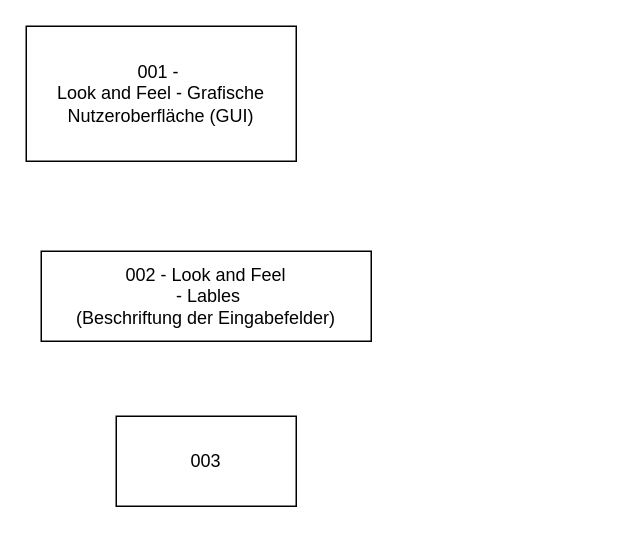
Before: Unbenanntes Diagramm.drawio in 20SEBastian03/PraktikumSoftwaretechnik2024_25, a draw.io diagram. Source tidied: cells renumbered, new cells numbered last; positions are measured from the earlier drawing's top-left corner, leaving out a move shared by most shapes. Both pictures are drawn from the tidied source at 150%, with x=0, y=0 at pixel (26, 26).
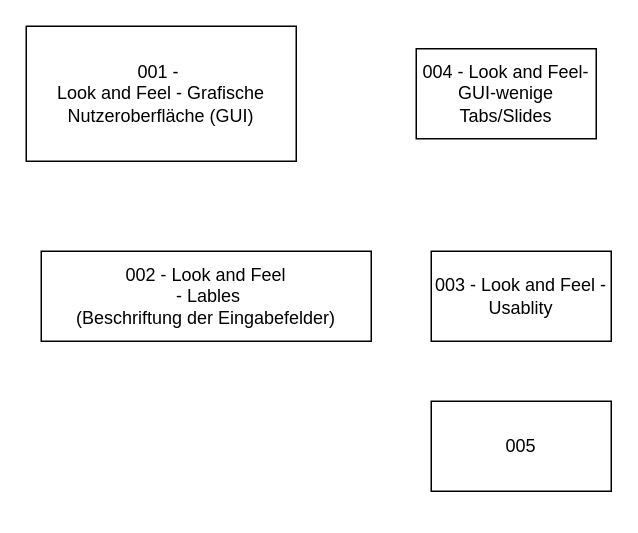
After the change.

What changed in the source:
```diff
@@
 <mxGraphModel>
   <root>
     <mxCell id="0" />
     <mxCell id="1" parent="0" />
     <mxCell id="2" value="001 -&amp;nbsp;&lt;div&gt;&lt;span style=&quot;background-color: initial;&quot;&gt;Look and Feel - Grafische Nutzeroberfläche (GUI)&lt;/span&gt;&lt;/div&gt;" style="rounded=0;whiteSpace=wrap;html=1;" parent="1" vertex="1">
       <mxGeometry width="180" height="90" as="geometry" />
     </mxCell>
     <mxCell id="3" value="002 - Look and Feel&lt;div&gt;&amp;nbsp;- Lables&lt;div&gt;(Beschriftung der Eingabefelder)&lt;/div&gt;&lt;/div&gt;" style="rounded=0;whiteSpace=wrap;html=1;" parent="1" vertex="1">
       <mxGeometry x="10" y="150" width="220" height="60" as="geometry" />
     </mxCell>
+    <mxCell id="5" value="004 - Look and Feel-GUI-wenige Tabs/Slides" style="rounded=0;whiteSpace=wrap;html=1;" parent="1" vertex="1">
+      <mxGeometry x="260" y="15" width="120" height="60" as="geometry" />
+    </mxCell>
-    <mxCell id="4" value="003" style="rounded=0;whiteSpace=wrap;html=1;" parent="1" vertex="1">
-      <mxGeometry x="60" y="260" width="120" height="60" as="geometry" />
+    <mxCell id="4" value="003 -&amp;nbsp;Look and Feel - Usablity" style="rounded=0;whiteSpace=wrap;html=1;" parent="1" vertex="1">
+      <mxGeometry x="270" y="150" width="120" height="60" as="geometry" />
     </mxCell>
+    <mxCell id="6" value="005" style="rounded=0;whiteSpace=wrap;html=1;" parent="1" vertex="1">
+      <mxGeometry x="270" y="250" width="120" height="60" as="geometry" />
+    </mxCell>
   </root>
 </mxGraphModel>
```
